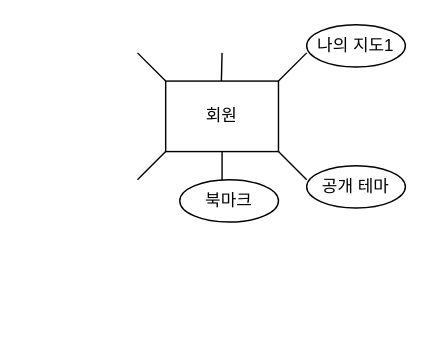
Above: Untitled Diagram.drawio in zooragi/bitcamp-team5 (draw.io), before the change. Source tidied: cells renumbered, new cells numbered last; positions are measured from the earlier drawing's top-left corner, leaving out a move shared by most shapes. Both pictures are drawn from the tidied source at 141%, with x=0, y=0 at pixel (137, 24).
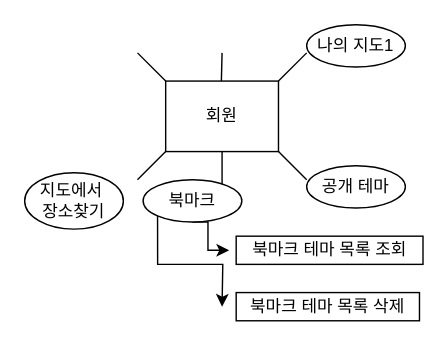
The same diagram, later.

Diff of the diagram source:
```diff
@@
+    <mxCell id="12" style="edgeStyle=orthogonalEdgeStyle;rounded=0;jettySize=auto;html=1;exitX=0.5;exitY=1;exitDx=0;exitDy=0;" parent="1" edge="1" source="11">
+      <mxGeometry relative="1" as="geometry">
+        <mxPoint x="65" y="160" as="targetPoint" />
+        <Array as="points">
+          <mxPoint x="50" y="140" />
+          <mxPoint x="50" y="160" />
+        </Array>
+      </mxGeometry>
+    </mxCell>
+    <mxCell id="13" style="edgeStyle=orthogonalEdgeStyle;rounded=0;jettySize=auto;html=1;exitX=0;exitY=1;exitDx=0;exitDy=0;" parent="1" edge="1" source="11">
+      <mxGeometry relative="1" as="geometry">
+        <mxPoint x="60" y="200" as="targetPoint" />
+      </mxGeometry>
+    </mxCell>
     <mxCell id="11" value="북마크" style="ellipse;whiteSpace=wrap;html=1;" parent="1" vertex="1">
-      <mxGeometry x="30" y="110" width="70" height="30" as="geometry" />
+      <mxGeometry x="4" y="110" width="70" height="30" as="geometry" />
     </mxCell>
+    <mxCell id="14" value="지도에서&amp;nbsp;&lt;br&gt;장소찾기" style="ellipse;whiteSpace=wrap;html=1;" parent="1" vertex="1">
+      <mxGeometry x="-80" y="105" width="70" height="40" as="geometry" />
+    </mxCell>
+    <mxCell id="15" value="북마크 테마 목록 조회" style="rounded=0;whiteSpace=wrap;html=1;" parent="1" vertex="1">
+      <mxGeometry x="70" y="150" width="132.5" height="20" as="geometry" />
+    </mxCell>
+    <mxCell id="16" value="북마크 테마 목록 삭제" style="rounded=0;whiteSpace=wrap;html=1;" parent="1" vertex="1">
+      <mxGeometry x="70" y="190" width="130" height="20" as="geometry" />
+    </mxCell>
```
